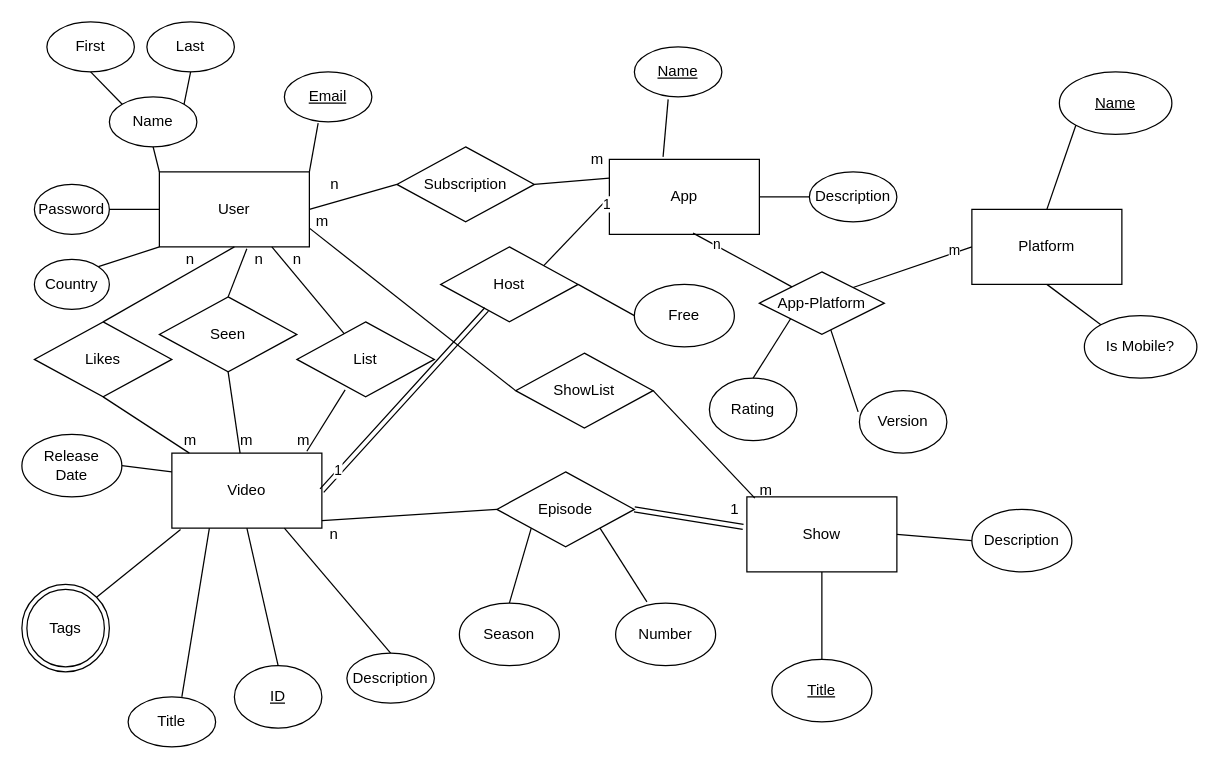
The draw.io diagram VideoApp_ERD.drawio in oloveluck/VideoStreamingApp, before the edit. Source tidied: cells renumbered, new cells numbered last; positions are measured from the earlier drawing's top-left corner, leaving out a move shared by most shapes. Both pictures are drawn from the tidied source at 125%, with x=0, y=0 at pixel (21, 21).
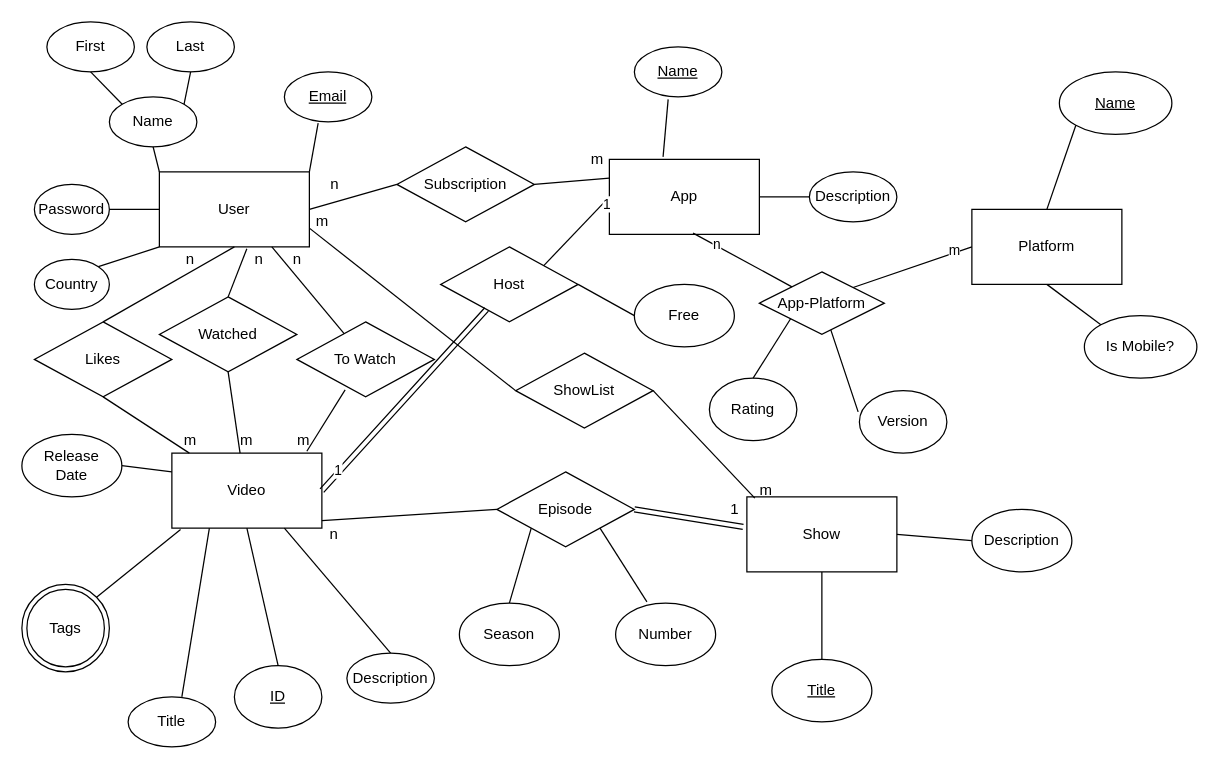
After the change.

Commit message (it also covers changes not shown here):
updated erd logical and drawio's

The edit, as a diff of the source:
```diff
@@
-    <mxCell id="58" value="List" style="rhombus;whiteSpace=wrap;html=1;" parent="1" vertex="1">
+    <mxCell id="58" value="To Watch" style="rhombus;whiteSpace=wrap;html=1;" parent="1" vertex="1">
       <mxGeometry x="220" y="240" width="110" height="60" as="geometry" />
     </mxCell>
@@
-    <mxCell id="76" value="Seen" style="rhombus;whiteSpace=wrap;html=1;" parent="1" vertex="1">
+    <mxCell id="76" value="Watched" style="rhombus;whiteSpace=wrap;html=1;" parent="1" vertex="1">
       <mxGeometry x="110" y="220" width="110" height="60" as="geometry" />
     </mxCell>
```
